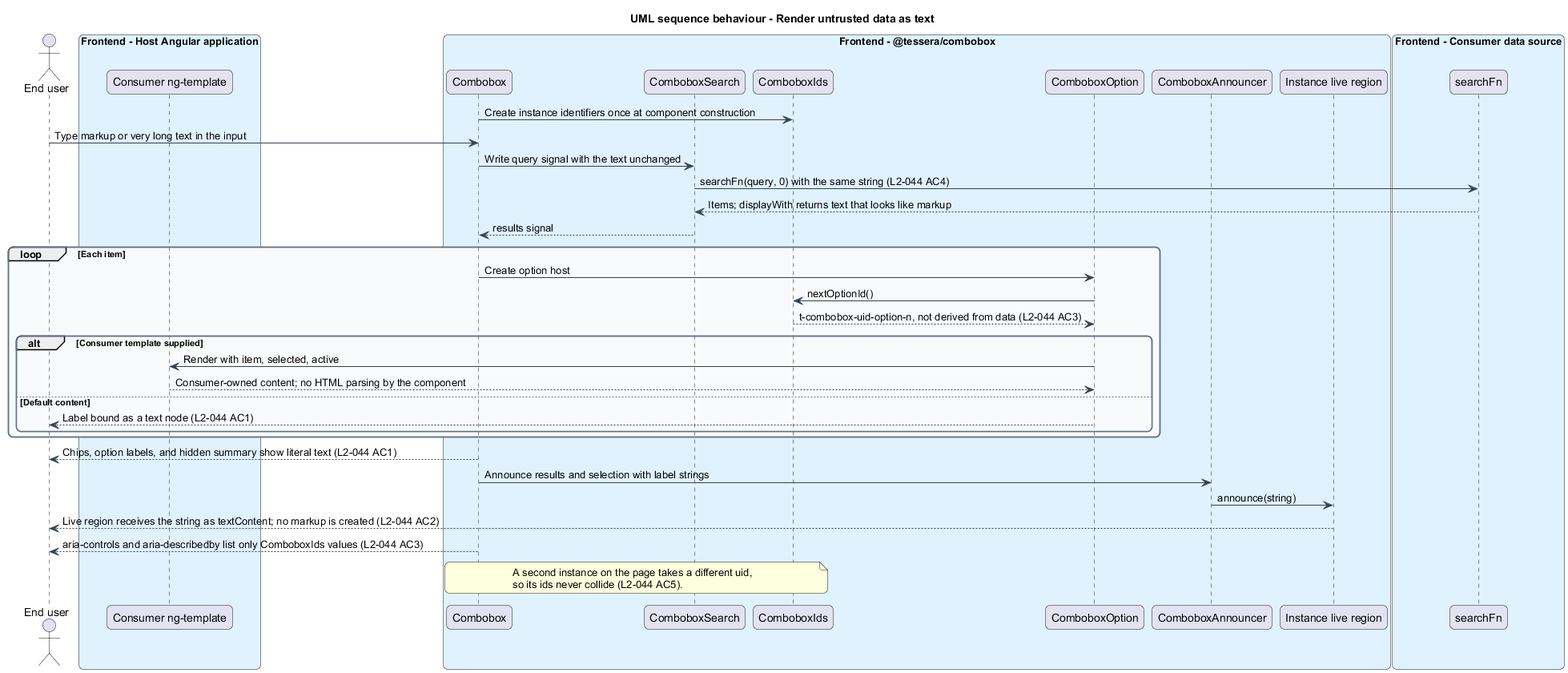
Earlier version of the PlantUML export docs/detailed-designs/combobox/secure-and-perform/diagrams/sequence-render-untrusted.png (QuinntyneBrown/Tessera).
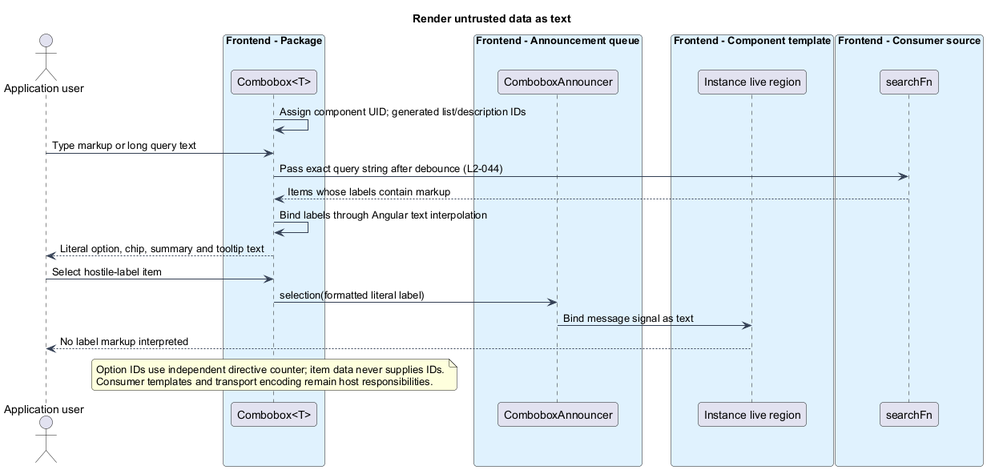
After the change.

The edit, as a diff of the source:
```diff
@@ -1,59 +1,42 @@
 @startuml
-title UML sequence behaviour - Render untrusted data as text
 skinparam backgroundColor #FFFFFF
 skinparam shadowing false
-skinparam roundcorner 12
+skinparam roundcorner 8
 skinparam defaultFontName Arial
 skinparam ArrowColor #344054
-skinparam rectangle {
+skinparam class {
   BorderColor #344054
-  FontColor #101828
-}
-skinparam package {
-  BorderColor #667085
   FontColor #101828
   BackgroundColor #F9FAFB
 }
-actor "End user" as user
-box "Frontend - Host Angular application" #E0F2FE
-  participant "Consumer ng-template" as tpl
+title Render untrusted data as text
+actor "Application user" as user
+box "Frontend - Package" #E0F2FE
+  participant "Combobox<T>" as cb
 end box
-box "Frontend - @tessera/combobox" #E0F2FE
-  participant "Combobox" as cb
-  participant "ComboboxSearch" as search
-  participant "ComboboxIds" as ids
-  participant "ComboboxOption" as opt
+box "Frontend - Announcement queue" #E0F2FE
   participant "ComboboxAnnouncer" as ann
+end box
+box "Frontend - Component template" #E0F2FE
   participant "Instance live region" as live
 end box
-box "Frontend - Consumer data source" #E0F2FE
+box "Frontend - Consumer source" #E0F2FE
   participant "searchFn" as src
 end box
 
-cb -> ids : Create instance identifiers once at component construction
-user -> cb : Type markup or very long text in the input
-cb -> search : Write query signal with the text unchanged
-search -> src : searchFn(query, 0) with the same string (L2-044 AC4)
-src --> search : Items; displayWith returns text that looks like markup
-search --> cb : results signal
-loop Each item
-  cb -> opt : Create option host
-  opt -> ids : nextOptionId()
-  ids --> opt : t-combobox-uid-option-n, not derived from data (L2-044 AC3)
-  alt Consumer template supplied
-    opt -> tpl : Render with item, selected, active
-    tpl --> opt : Consumer-owned content; no HTML parsing by the component
-  else Default content
-    opt --> user : Label bound as a text node (L2-044 AC1)
-  end
-end
-cb --> user : Chips, option labels, and hidden summary show literal text (L2-044 AC1)
-cb -> ann : Announce results and selection with label strings
-ann -> live : announce(string)
-live --> user : Live region receives the string as textContent; no markup is created (L2-044 AC2)
-cb --> user : aria-controls and aria-describedby list only ComboboxIds values (L2-044 AC3)
-note over cb, ids
-  A second instance on the page takes a different uid,
-  so its ids never collide (L2-044 AC5).
+
+cb -> cb : Assign component UID; generated list/description IDs
+user -> cb : Type markup or long query text
+cb -> src : Pass exact query string after debounce (L2-044)
+src --> cb : Items whose labels contain markup
+cb -> cb : Bind labels through Angular text interpolation
+cb --> user : Literal option, chip, summary and tooltip text
+user -> cb : Select hostile-label item
+cb -> ann : selection(formatted literal label)
+ann -> live : Bind message signal as text
+live --> user : No label markup interpreted
+note over cb
+  Option IDs use independent directive counter; item data never supplies IDs.
+  Consumer templates and transport encoding remain host responsibilities.
 end note
 @enduml
```
